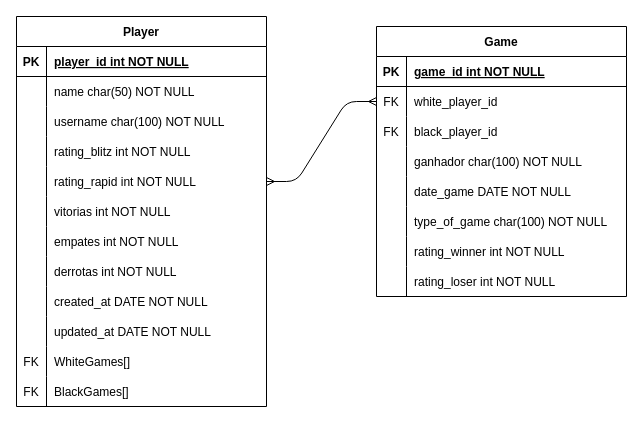
Earlier version of the draw.io diagram streetchessrecife.drawio (adrielldev/streetchessrecife-nest-ts). Source tidied: cells renumbered, new cells numbered last; positions are measured from the earlier drawing's top-left corner, leaving out a move shared by most shapes. Both pictures are drawn from the tidied source at 100%, with x=0, y=0 at pixel (16, 16).
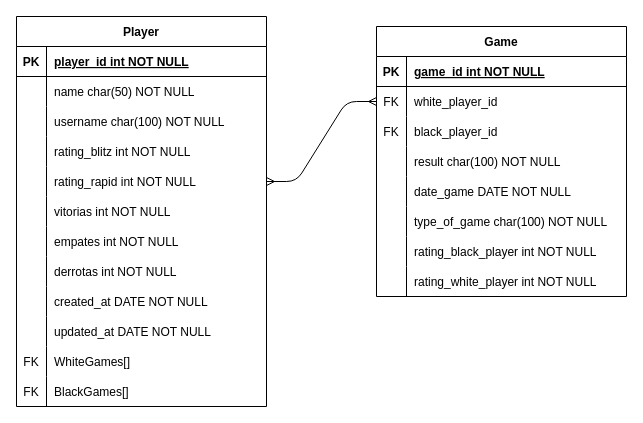
The same diagram, later.

Unchanged cells that the change refers to:
```xml
<mxCell id="49" style="shape=partialRectangle;fillColor=none;top=0;left=0;right=0;bottom=0;" parent="39" vertex="1">
  <mxGeometry y="120" width="250" height="30" as="geometry" />
</mxCell>
<mxCell id="58" style="shape=partialRectangle;fillColor=none;top=0;left=0;right=0;bottom=0;" parent="39" vertex="1">
  <mxGeometry y="210" width="250" height="30" as="geometry" />
</mxCell>
<mxCell id="61" style="shape=partialRectangle;fillColor=none;top=0;left=0;right=0;bottom=0;" parent="39" vertex="1">
  <mxGeometry y="240" width="250" height="30" as="geometry" />
</mxCell>
```

The edit, as a diff of the source:
```diff
@@
-    <mxCell id="51" value="ganhador char(100) NOT NULL" style="shape=partialRectangle;overflow=hidden;fillColor=none;top=0;left=0;bottom=0;right=0;align=left;spacingLeft=6;" parent="49" vertex="1">
+    <mxCell id="51" value="result char(100) NOT NULL" style="shape=partialRectangle;overflow=hidden;fillColor=none;top=0;left=0;bottom=0;right=0;align=left;spacingLeft=6;" parent="49" vertex="1">
       <mxGeometry x="30" width="220" height="30" as="geometry" />
     </mxCell>
@@
-    <mxCell id="60" value="rating_winner int NOT NULL" style="shape=partialRectangle;overflow=hidden;fillColor=none;top=0;left=0;bottom=0;right=0;align=left;spacingLeft=6;" parent="58" vertex="1">
+    <mxCell id="60" value="rating_black_player int NOT NULL" style="shape=partialRectangle;overflow=hidden;fillColor=none;top=0;left=0;bottom=0;right=0;align=left;spacingLeft=6;" parent="58" vertex="1">
       <mxGeometry x="30" width="220" height="30" as="geometry" />
     </mxCell>
@@
-    <mxCell id="63" value="rating_loser int NOT NULL" style="shape=partialRectangle;overflow=hidden;fillColor=none;top=0;left=0;bottom=0;right=0;align=left;spacingLeft=6;" parent="61" vertex="1">
+    <mxCell id="63" value="rating_white_player int NOT NULL" style="shape=partialRectangle;overflow=hidden;fillColor=none;top=0;left=0;bottom=0;right=0;align=left;spacingLeft=6;" parent="61" vertex="1">
       <mxGeometry x="30" width="220" height="30" as="geometry" />
     </mxCell>
```
